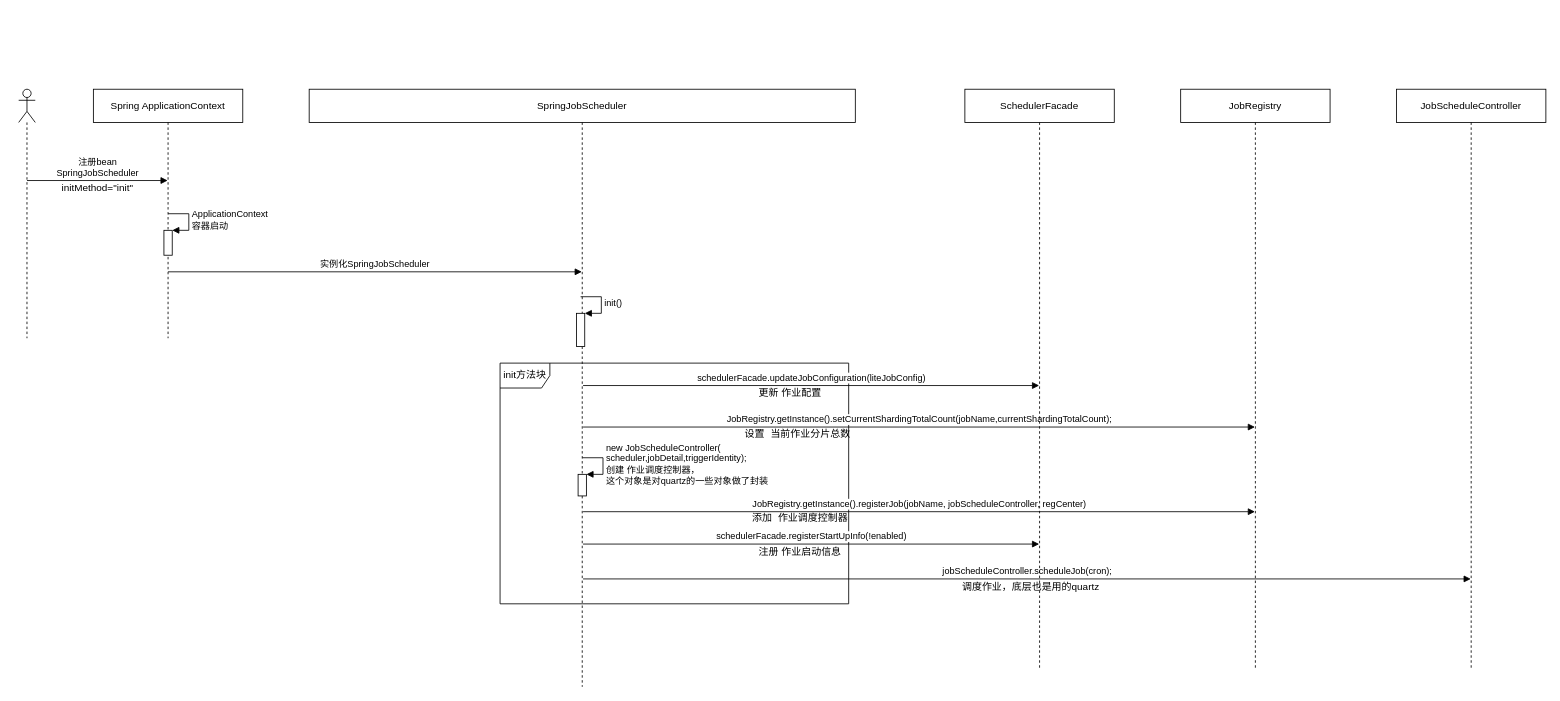
llrrbaba/BlogList keeps this draw.io diagram as Elastic-Job/Elastic-Job-SpringJobScheduler.drawio. Above is the earlier version. Source tidied: cells renumbered, new cells numbered last; positions are measured from the earlier drawing's top-left corner, leaving out a move shared by most shapes. Both pictures are drawn from the tidied source at 83%, with x=0, y=0 at pixel (18, 89).
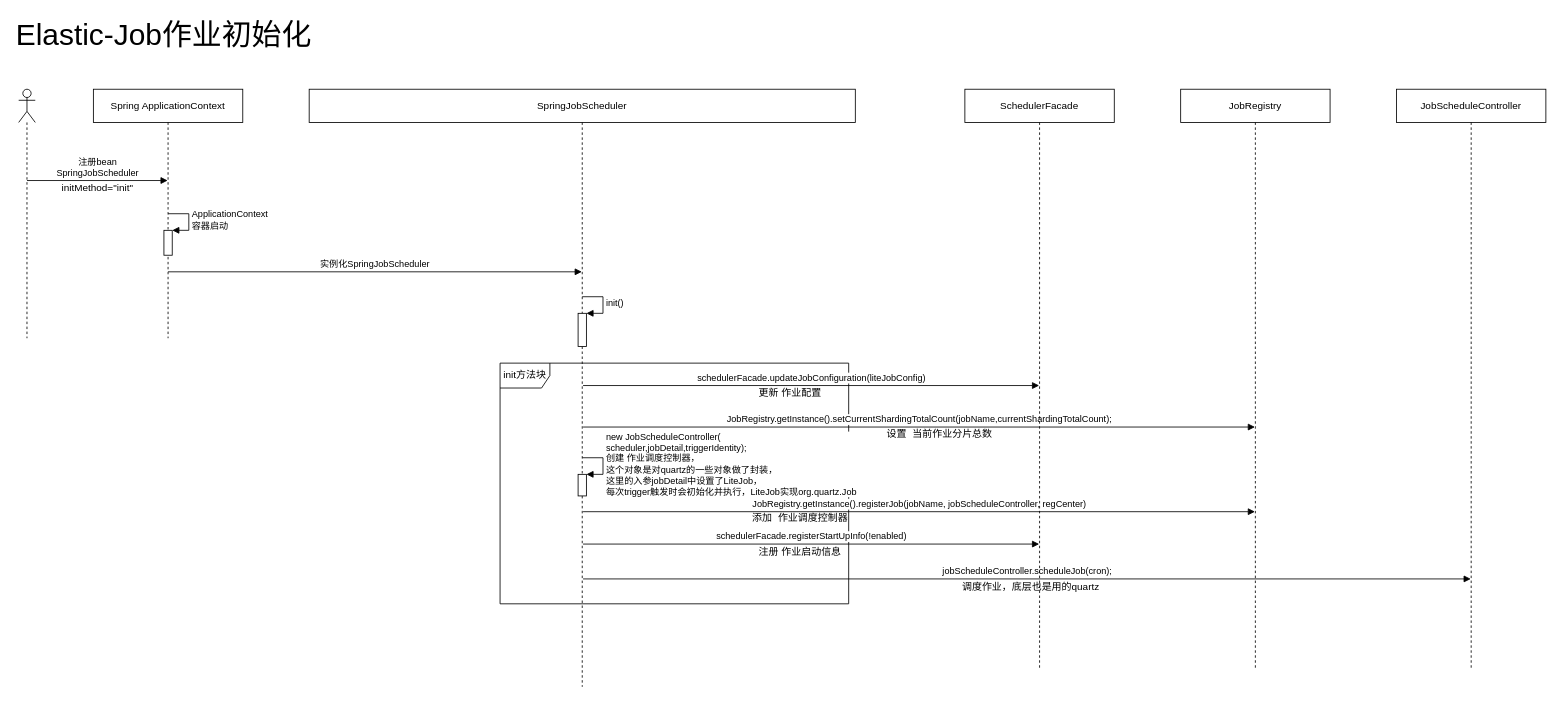
The same diagram, later.

Unchanged cells that the change refers to:
```xml
<mxCell id="8" value="SpringJobScheduler" style="shape=umlLifeline;perimeter=lifelinePerimeter;whiteSpace=wrap;html=1;outlineConnect=0;" parent="1" vertex="1">
  <mxGeometry x="350" width="658" height="720" as="geometry" />
</mxCell>
<mxCell id="19" style="html=1;points=[];perimeter=orthogonalPerimeter;" parent="8" vertex="1">
  <mxGeometry x="324" y="464" width="10" height="26" as="geometry" />
</mxCell>
```

Change to the diagram source:
```diff
@@
     <mxCell id="9" style="html=1;points=[];perimeter=orthogonalPerimeter;" parent="8" vertex="1">
-      <mxGeometry x="322" y="270" width="10" height="40" as="geometry" />
+      <mxGeometry x="324" y="270" width="10" height="40" as="geometry" />
     </mxCell>
     <mxCell id="10" value="init()" style="edgeStyle=orthogonalEdgeStyle;html=1;align=left;spacingLeft=2;endArrow=block;rounded=0;entryX=1;entryY=0;" parent="8" edge="1" target="9">
       <mxGeometry relative="1" as="geometry">
-        <mxPoint x="327" y="250" as="sourcePoint" />
+        <mxPoint x="329" y="250" as="sourcePoint" />
         <Array as="points">
-          <mxPoint x="352" y="250" />
+          <mxPoint x="354" y="250" />
         </Array>
       </mxGeometry>
     </mxCell>
@@
     <mxCell id="15" value="&lt;pre&gt;&lt;span&gt;&lt;span&gt;设置 当前作业分片总数&lt;/span&gt;&lt;/span&gt;&lt;/pre&gt;" style="text;html=1;align=left;verticalAlign=top;spacingTop=-4;" parent="8" vertex="1">
-      <mxGeometry x="523" y="394" width="140" height="40" as="geometry" />
+      <mxGeometry x="694" y="394" width="140" height="40" as="geometry" />
     </mxCell>
@@
-    <mxCell id="20" value="&lt;span&gt;new JobScheduleController(&lt;br&gt;&lt;/span&gt;&lt;span&gt;scheduler,&lt;/span&gt;&lt;span&gt;jobDetail,&lt;/span&gt;&lt;span&gt;triggerIdentity&lt;/span&gt;&lt;span&gt;);&lt;br&gt;创建 作业调度控制器，&lt;br&gt;这个对象是对quartz的一些对象做了封装&lt;br&gt;&lt;/span&gt;" style="edgeStyle=orthogonalEdgeStyle;html=1;align=left;spacingLeft=2;endArrow=block;rounded=0;entryX=1;entryY=0;" parent="8" edge="1" target="19">
+    <mxCell id="20" value="&lt;span&gt;new JobScheduleController(&lt;br&gt;&lt;/span&gt;&lt;span&gt;scheduler,&lt;/span&gt;&lt;span&gt;jobDetail,&lt;/span&gt;&lt;span&gt;triggerIdentity&lt;/span&gt;&lt;span&gt;);&lt;br&gt;创建 作业调度控制器，&lt;br&gt;这个对象是对quartz的一些对象做了封装，&lt;br&gt;这里的入参jobDetail中设置了LiteJob，&lt;br&gt;每次trigger触发时会初始化并执行，LiteJob实现org.quartz.Job&lt;br&gt;&lt;/span&gt;" style="edgeStyle=orthogonalEdgeStyle;html=1;align=left;spacingLeft=2;endArrow=block;rounded=0;entryX=1;entryY=0;" parent="8" edge="1" target="19">
       <mxGeometry relative="1" as="geometry">
         <mxPoint x="329" y="444" as="sourcePoint" />
         <Array as="points">
           <mxPoint x="354" y="444" />
         </Array>
       </mxGeometry>
     </mxCell>
@@
+    <mxCell id="29" value="&lt;font style=&quot;font-size: 36px&quot;&gt;Elastic-Job作业初始化&lt;/font&gt;" style="text;html=1;align=left;verticalAlign=top;spacingTop=-4;" parent="1" vertex="1">
+      <mxGeometry x="-5" y="-90" width="370" height="20" as="geometry" />
+    </mxCell>
```
